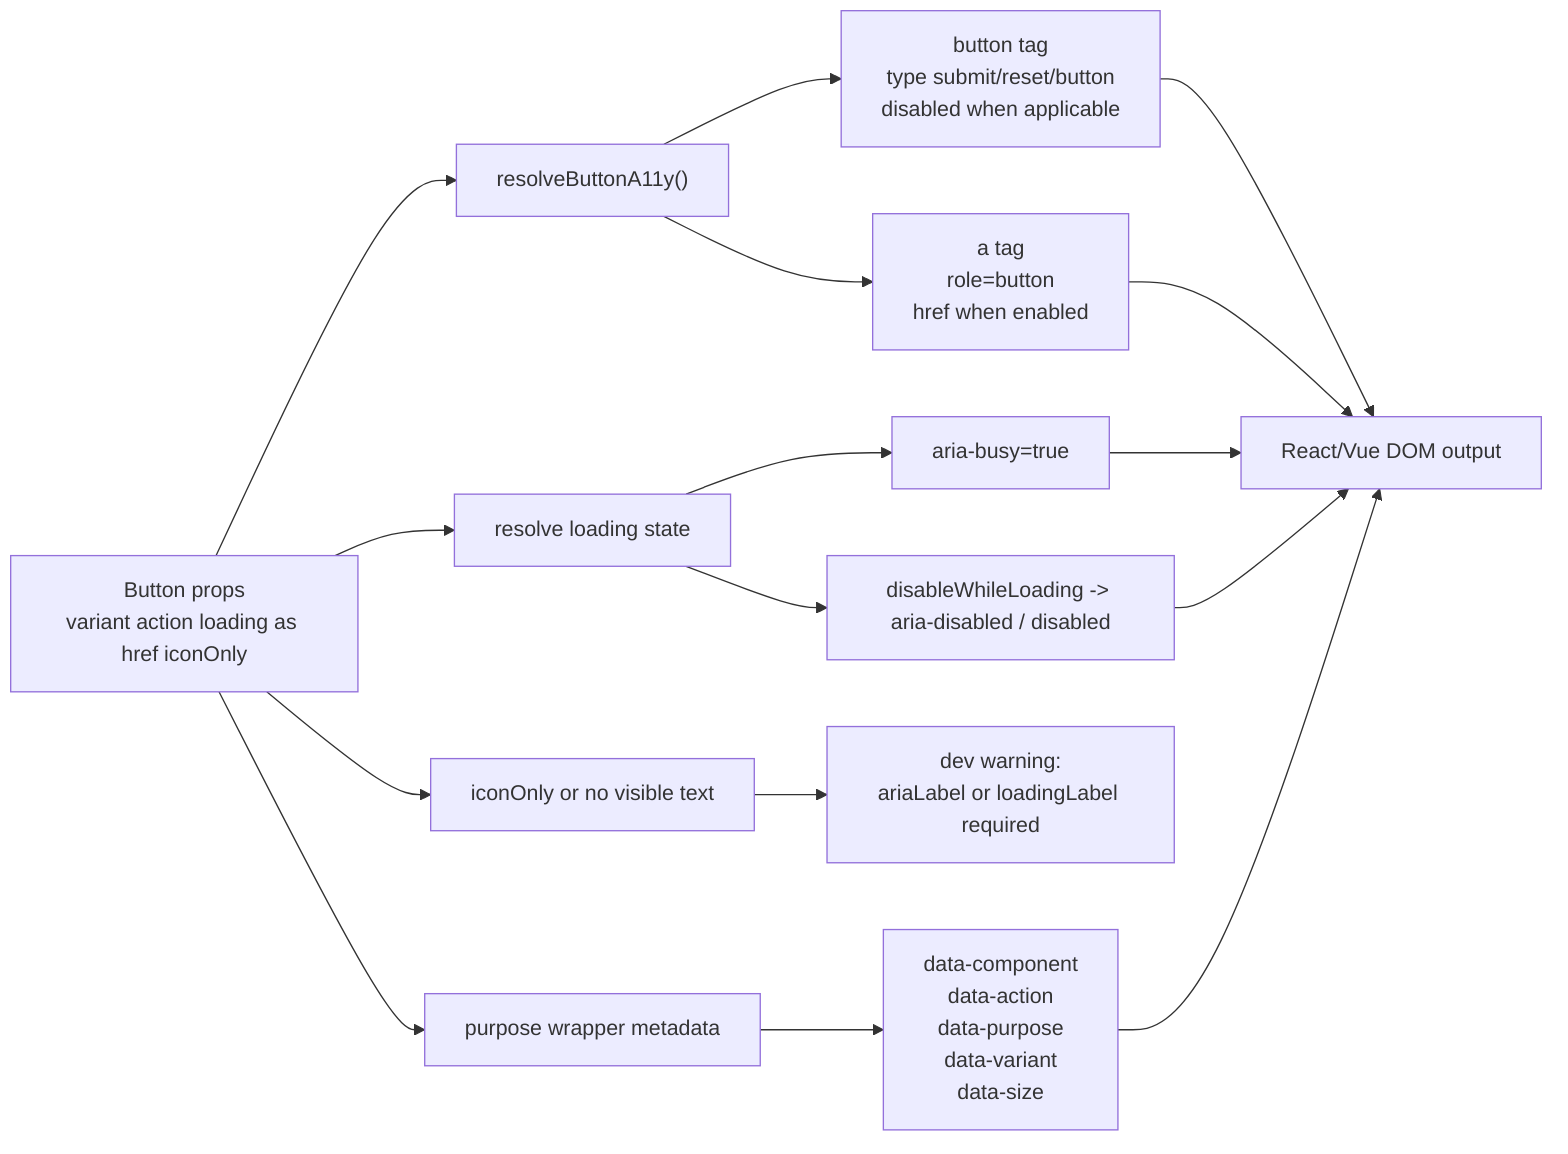
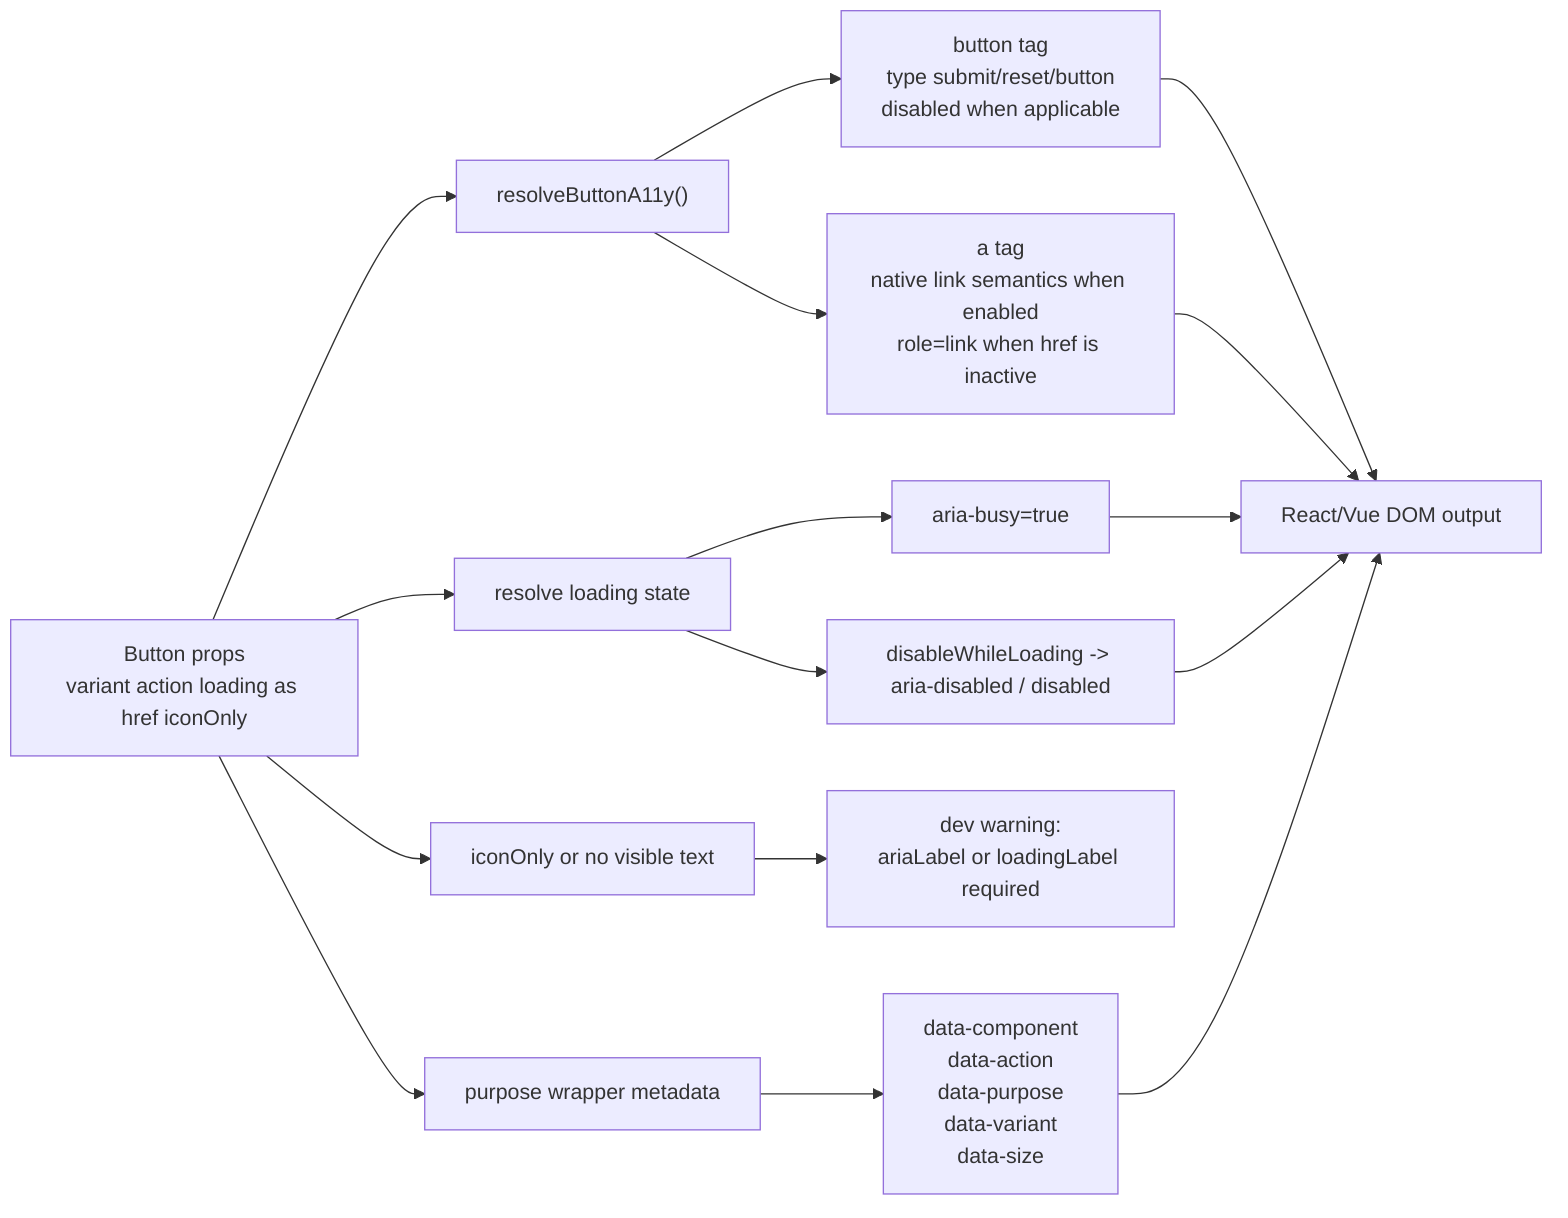
flowchart LR
  Props["Button props\nvariant action loading as href iconOnly"] --> CoreA11y["resolveButtonA11y()"]
  Props --> Loading["resolve loading state"]
  Props --> Semantics["purpose wrapper metadata"]

  CoreA11y --> Native["button tag\ntype submit/reset/button\ndisabled when applicable"]
-   CoreA11y --> Anchor["a tag\nrole=button\nhref when enabled"]
+   CoreA11y --> Anchor["a tag\nnative link semantics when enabled\nrole=link when href is inactive"]

  Loading --> Busy["aria-busy=true"]
  Loading --> Disabled["disableWhileLoading -> aria-disabled / disabled"]

  Props --> IconOnly["iconOnly or no visible text"]
  IconOnly --> Warning["dev warning:\nariaLabel or loadingLabel required"]

  Semantics --> Data["data-component\ndata-action\ndata-purpose\ndata-variant\ndata-size"]

  Native --> DOM["React/Vue DOM output"]
  Anchor --> DOM
  Busy --> DOM
  Disabled --> DOM
  Data --> DOM
